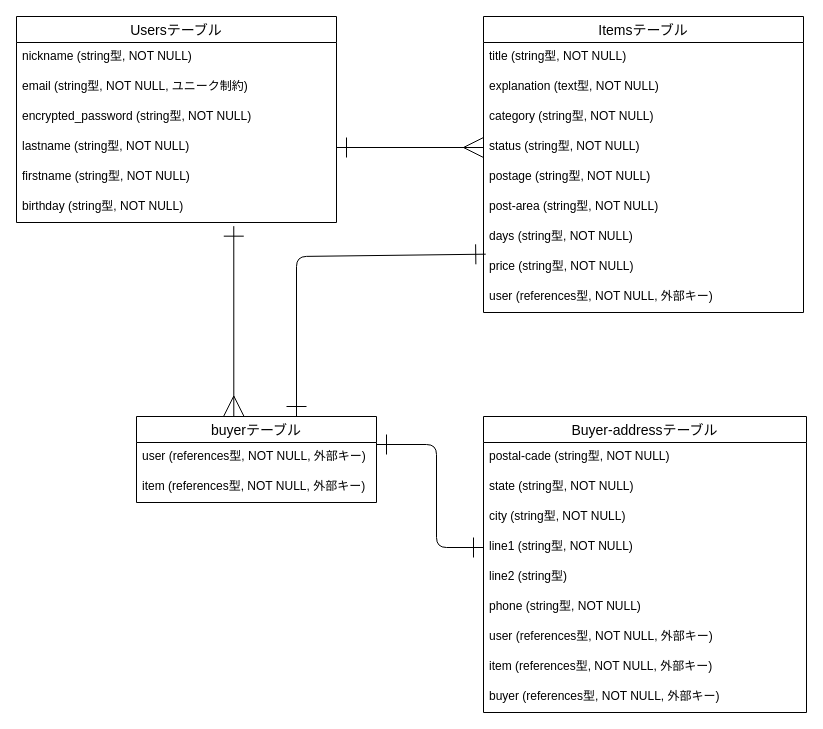
morishitami/furima-37175 keeps this draw.io diagram as test.dio. Above is the earlier version. Source tidied: cells renumbered, new cells numbered last; positions are measured from the earlier drawing's top-left corner, leaving out a move shared by most shapes. Both pictures are drawn from the tidied source at 100%, with x=0, y=0 at pixel (16, 16).
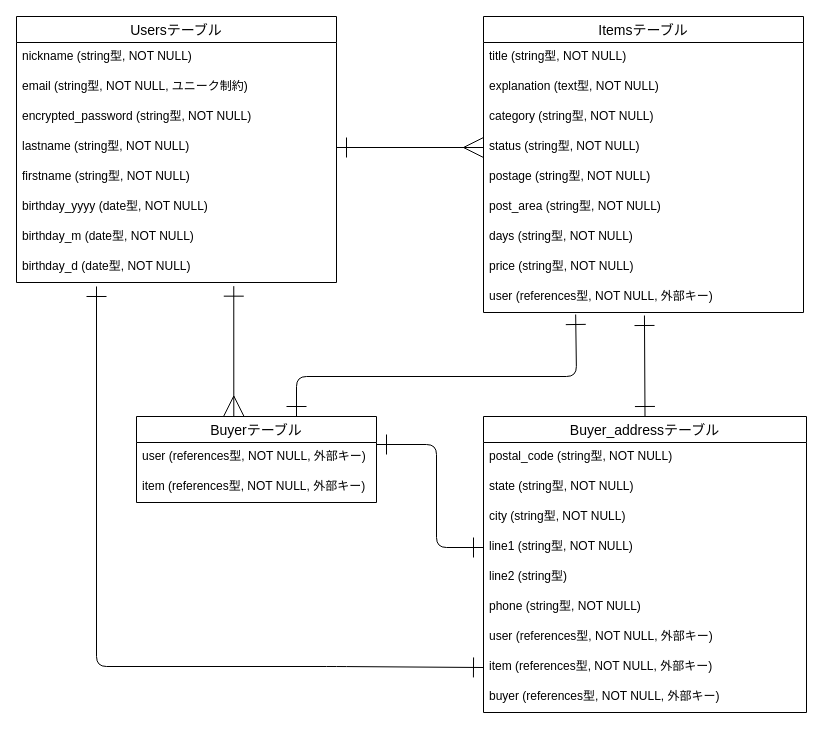
After the change.

Commit message (it also covers changes not shown here):
README作成（ER図一部修正）

The change refers to these unchanged cells:
```xml
<mxCell id="9" value="Itemsテーブル" style="swimlane;fontStyle=0;horizontal=1;startSize=26;align=center;fontSize=14;" parent="1" vertex="1">
  <mxGeometry x="467" width="320" height="296" as="geometry" />
</mxCell>
<mxCell id="16" value="days (string型, NOT NULL)" style="text;strokeColor=none;fillColor=none;spacingLeft=4;spacingRight=4;overflow=hidden;points=[[0,0.5],[1,0.5]];portConstraint=eastwest;fontSize=12;" parent="9" vertex="1">
  <mxGeometry y="206" width="320" height="30" as="geometry" />
</mxCell>
<mxCell id="18" value="user (references型, NOT NULL, 外部キー)" style="text;strokeColor=none;fillColor=none;spacingLeft=4;spacingRight=4;overflow=hidden;points=[[0,0.5],[1,0.5]];portConstraint=eastwest;fontSize=12;" parent="9" vertex="1">
  <mxGeometry y="266" width="320" height="30" as="geometry" />
</mxCell>
<mxCell id="28" value="item (references型, NOT NULL, 外部キー)" style="text;strokeColor=none;fillColor=none;spacingLeft=4;spacingRight=4;overflow=hidden;points=[[0,0.5],[1,0.5]];portConstraint=eastwest;fontSize=12;" parent="20" vertex="1">
  <mxGeometry y="236" width="323" height="30" as="geometry" />
</mxCell>
```

The edit, as a diff of the source:
```diff
@@
     <mxCell id="2" value="Usersテーブル" style="swimlane;fontStyle=0;horizontal=1;startSize=26;align=center;fontSize=14;" parent="1" vertex="1">
-      <mxGeometry width="320" height="206" as="geometry" />
+      <mxGeometry width="320" height="266" as="geometry" />
     </mxCell>
@@
+    <mxCell id="36" value="birthday_yyyy (date型, NOT NULL)" style="text;strokeColor=none;fillColor=none;spacingLeft=4;spacingRight=4;overflow=hidden;fontSize=12;" parent="2" vertex="1">
+      <mxGeometry y="176" width="320" height="30" as="geometry" />
+    </mxCell>
+    <mxCell id="37" value="birthday_m (date型, NOT NULL)" style="text;strokeColor=none;fillColor=none;spacingLeft=4;spacingRight=4;overflow=hidden;fontSize=12;" parent="2" vertex="1">
+      <mxGeometry y="206" width="320" height="30" as="geometry" />
+    </mxCell>
-    <mxCell id="8" value="birthday (string型, NOT NULL)" style="text;strokeColor=none;fillColor=none;spacingLeft=4;spacingRight=4;overflow=hidden;points=[[0,0.5],[1,0.5]];portConstraint=eastwest;fontSize=12;" parent="2" vertex="1">
-      <mxGeometry y="176" width="320" height="30" as="geometry" />
+    <mxCell id="8" value="birthday_d (date型, NOT NULL)" style="text;strokeColor=none;fillColor=none;spacingLeft=4;spacingRight=4;overflow=hidden;points=[[0,0.5],[1,0.5]];portConstraint=eastwest;fontSize=12;" parent="2" vertex="1">
+      <mxGeometry y="236" width="320" height="30" as="geometry" />
     </mxCell>
@@
-    <mxCell id="15" value="post-area (string型, NOT NULL)" style="text;strokeColor=none;fillColor=none;spacingLeft=4;spacingRight=4;overflow=hidden;fontSize=12;" parent="9" vertex="1">
+    <mxCell id="15" value="post_area (string型, NOT NULL)" style="text;strokeColor=none;fillColor=none;spacingLeft=4;spacingRight=4;overflow=hidden;fontSize=12;" parent="9" vertex="1">
       <mxGeometry y="176" width="320" height="30" as="geometry" />
     </mxCell>
@@
+    <mxCell id="38" style="edgeStyle=none;html=1;exitX=0.5;exitY=0;exitDx=0;exitDy=0;entryX=0.503;entryY=1.1;entryDx=0;entryDy=0;entryPerimeter=0;startArrow=ERone;startFill=0;endArrow=ERone;endFill=0;endSize=18;startSize=18;" parent="1" edge="1" source="20" target="18">
+      <mxGeometry relative="1" as="geometry" />
+    </mxCell>
-    <mxCell id="20" value="Buyer-addressテーブル" style="swimlane;fontStyle=0;horizontal=1;startSize=26;align=center;fontSize=14;" parent="1" vertex="1">
+    <mxCell id="20" value="Buyer_addressテーブル" style="swimlane;fontStyle=0;horizontal=1;startSize=26;align=center;fontSize=14;" parent="1" vertex="1">
       <mxGeometry x="467" y="400" width="323" height="296" as="geometry" />
     </mxCell>
-    <mxCell id="21" value="postal-cade (string型, NOT NULL)" style="text;strokeColor=none;fillColor=none;spacingLeft=4;spacingRight=4;overflow=hidden;fontSize=12;" parent="20" vertex="1">
+    <mxCell id="21" value="postal_code (string型, NOT NULL)" style="text;strokeColor=none;fillColor=none;spacingLeft=4;spacingRight=4;overflow=hidden;fontSize=12;" parent="20" vertex="1">
       <mxGeometry y="26" width="323" height="30" as="geometry" />
     </mxCell>
@@
-    <mxCell id="32" style="edgeStyle=none;html=1;entryX=0.5;entryY=0;entryDx=0;entryDy=0;startArrow=ERone;startFill=0;endArrow=ERone;endFill=0;startSize=18;endSize=18;exitX=0.007;exitY=1.056;exitDx=0;exitDy=0;exitPerimeter=0;" parent="1" edge="1" source="16">
+    <mxCell id="32" style="edgeStyle=none;html=1;entryX=0.5;entryY=0;entryDx=0;entryDy=0;startArrow=ERone;startFill=0;endArrow=ERone;endFill=0;startSize=18;endSize=18;exitX=0.288;exitY=1.067;exitDx=0;exitDy=0;exitPerimeter=0;" parent="1" edge="1" source="18">
       <mxGeometry relative="1" as="geometry">
         <mxPoint x="280" y="400" as="targetPoint" />
         <Array as="points">
-          <mxPoint x="280" y="240" />
+          <mxPoint x="560" y="360" />
+          <mxPoint x="280" y="360" />
         </Array>
       </mxGeometry>
     </mxCell>
-    <mxCell id="33" value="buyerテーブル" style="swimlane;fontStyle=0;horizontal=1;startSize=26;align=center;fontSize=14;" parent="1" vertex="1">
+    <mxCell id="33" value="Buyerテーブル" style="swimlane;fontStyle=0;horizontal=1;startSize=26;align=center;fontSize=14;" parent="1" vertex="1">
       <mxGeometry x="120" y="400" width="240" height="86" as="geometry" />
     </mxCell>
@@
+    <mxCell id="39" style="edgeStyle=none;html=1;entryX=0.25;entryY=1.133;entryDx=0;entryDy=0;startArrow=ERone;startFill=0;endArrow=ERone;endFill=0;startSize=18;endSize=18;exitX=0;exitY=0.5;exitDx=0;exitDy=0;entryPerimeter=0;" parent="1" edge="1" source="28" target="8">
+      <mxGeometry relative="1" as="geometry">
+        <Array as="points">
+          <mxPoint x="320" y="650" />
+          <mxPoint x="80" y="650" />
+        </Array>
+      </mxGeometry>
+    </mxCell>
```
